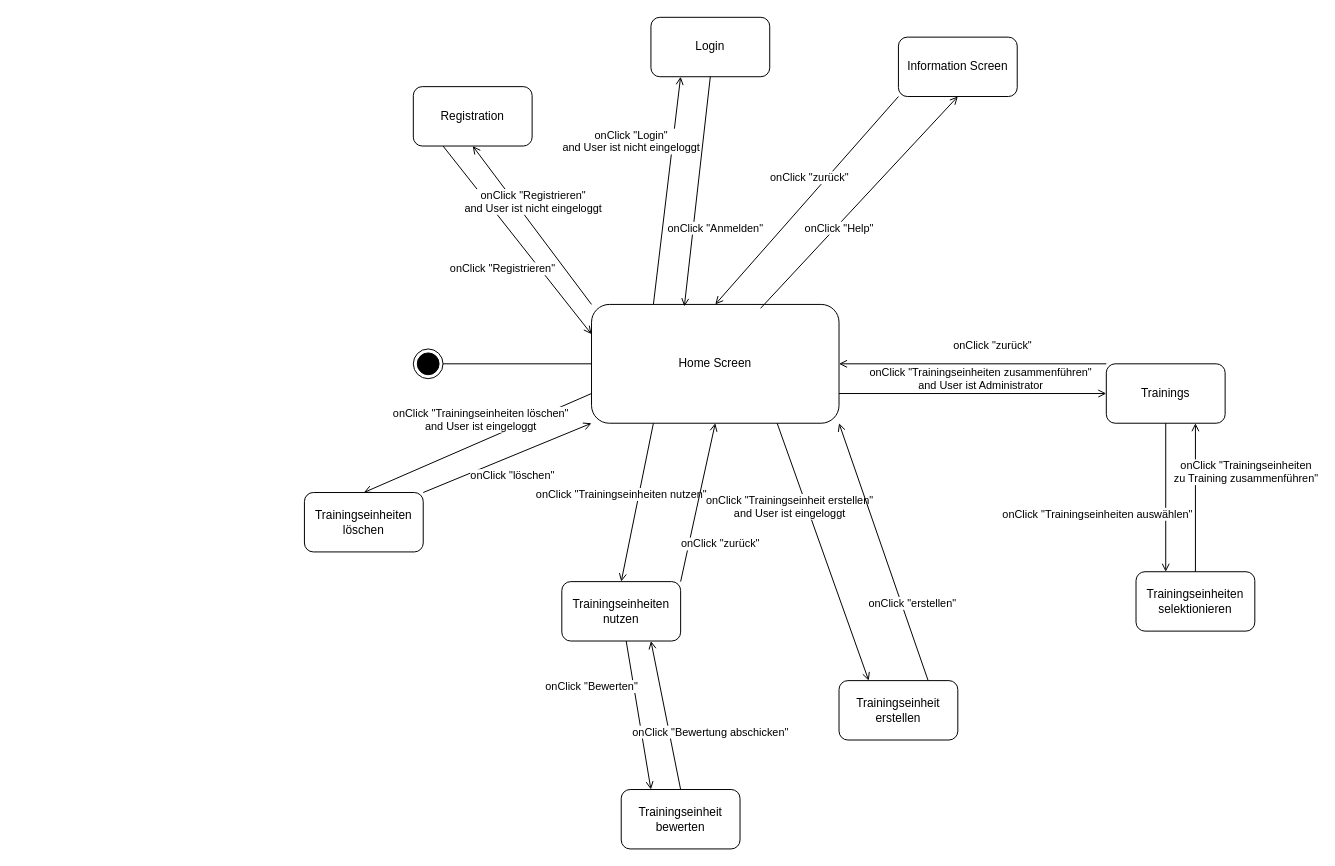
The draw.io diagram StateDiagramm.drawio in andrinnn6789/FootballAdministrationsApp, before the edit. Source tidied: cells renumbered, new cells numbered last; positions are measured from the earlier drawing's top-left corner, leaving out a move shared by most shapes. Both pictures are drawn from the tidied source at 99%, with x=0, y=0 at pixel (304, 17).
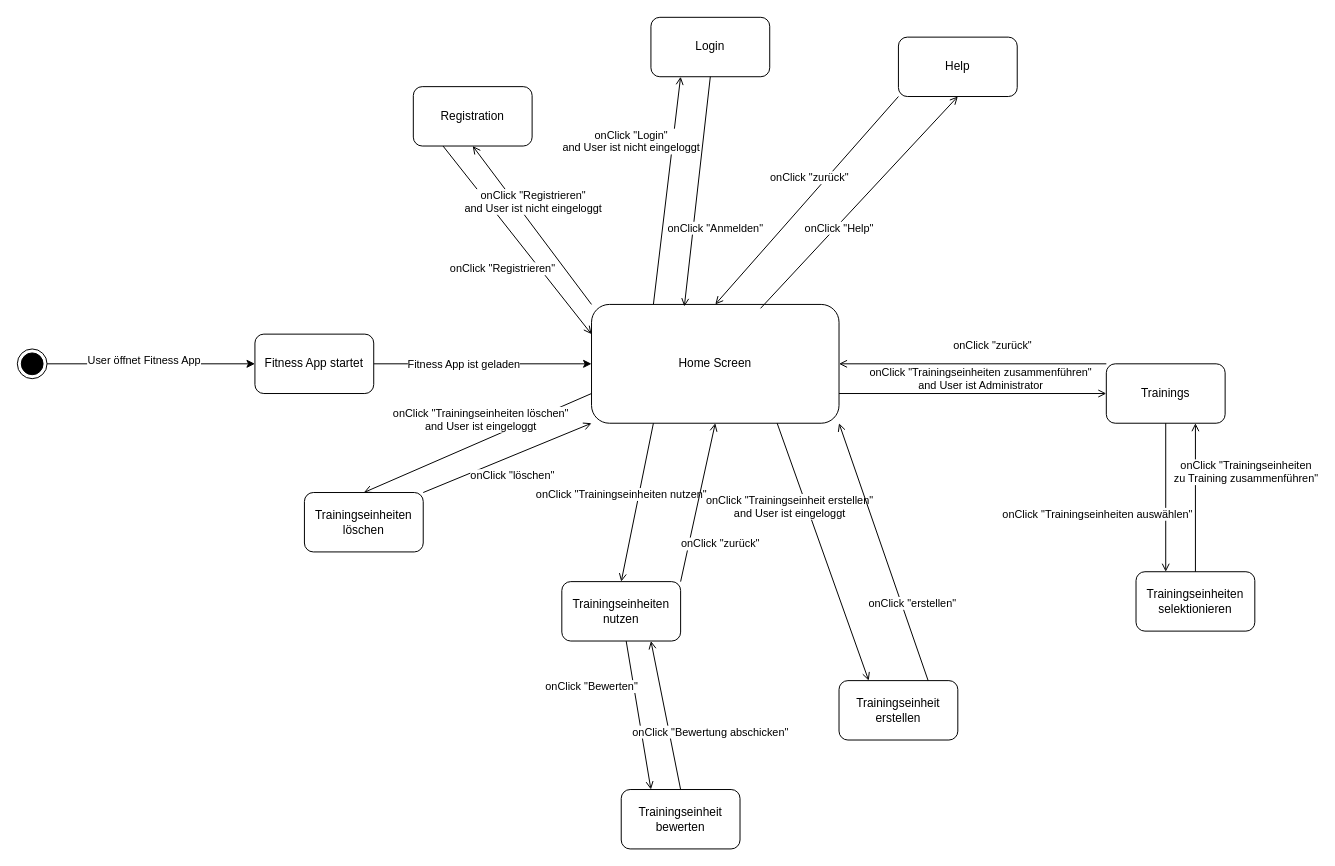
After the change.

The change refers to these unchanged cells:
```xml
<mxCell id="3" value="Home Screen" style="rounded=1;whiteSpace=wrap;html=1;" parent="1" vertex="1">
  <mxGeometry x="290" y="290" width="250" height="120" as="geometry" />
</mxCell>
```

Diff of the diagram source:
```diff
@@
+    <mxCell id="50" style="edgeStyle=orthogonalEdgeStyle;rounded=0;jettySize=auto;html=1;endArrow=classic;endFill=1;" parent="1" edge="1" source="2" target="53">
+      <mxGeometry relative="1" as="geometry" />
+    </mxCell>
+    <mxCell id="51" value="User öffnet Fitness App" style="edgeLabel;html=1;align=center;verticalAlign=middle;" parent="50" vertex="1">
+      <mxGeometry x="-0.25" y="4" relative="1" as="geometry">
+        <mxPoint x="18" as="offset" />
+      </mxGeometry>
+    </mxCell>
     <mxCell id="2" style="ellipse;html=1;shape=endState;fillColor=strokeColor;" parent="1" vertex="1">
-      <mxGeometry x="110" y="335" width="30" height="30" as="geometry" />
+      <mxGeometry x="-290" y="335" width="30" height="30" as="geometry" />
     </mxCell>
@@
-    <mxCell id="4" style="endArrow=none;html=1;rounded=0;entryX=0;entryY=0.5;entryDx=0;entryDy=0;exitX=1;exitY=0.5;exitDx=0;exitDy=0;" parent="1" edge="1" source="2" target="3">
+    <mxCell id="4" style="endArrow=classic;html=1;rounded=0;entryX=0;entryY=0.5;entryDx=0;entryDy=0;exitX=1;exitY=0.5;exitDx=0;exitDy=0;endFill=1;" parent="1" edge="1" source="53" target="3">
       <mxGeometry relative="1" as="geometry" />
     </mxCell>
+    <mxCell id="52" value="Fitness App ist geladen" style="edgeLabel;html=1;align=center;verticalAlign=middle;" parent="4" vertex="1">
+      <mxGeometry x="-0.41" y="-1" relative="1" as="geometry">
+        <mxPoint x="25" y="-1" as="offset" />
+      </mxGeometry>
+    </mxCell>
-    <mxCell id="5" value="Information Screen" style="rounded=1;whiteSpace=wrap;html=1;" parent="1" vertex="1">
+    <mxCell id="5" value="Help" style="rounded=1;whiteSpace=wrap;html=1;" parent="1" vertex="1">
       <mxGeometry x="600" y="20" width="120" height="60" as="geometry" />
     </mxCell>
@@
+    <mxCell id="53" value="Fitness App startet" style="rounded=1;whiteSpace=wrap;html=1;" parent="1" vertex="1">
+      <mxGeometry x="-50" y="320" width="120" height="60" as="geometry" />
+    </mxCell>
```
